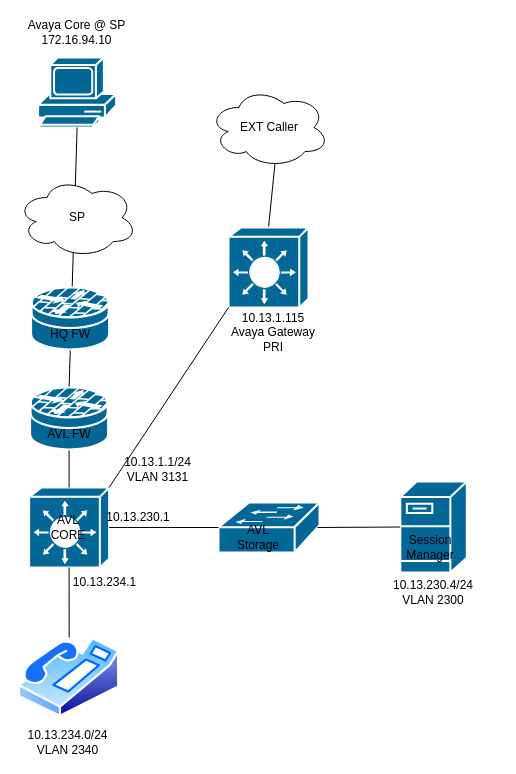
Earlier version of the draw.io diagram AVL_Phone_Infra.drawio (adamrt918/Diagram). Source tidied: cells renumbered, new cells numbered last; positions are measured from the earlier drawing's top-left corner, leaving out a move shared by most shapes. Both pictures are drawn from the tidied source at 100%, with x=0, y=0 at pixel (17, 17).
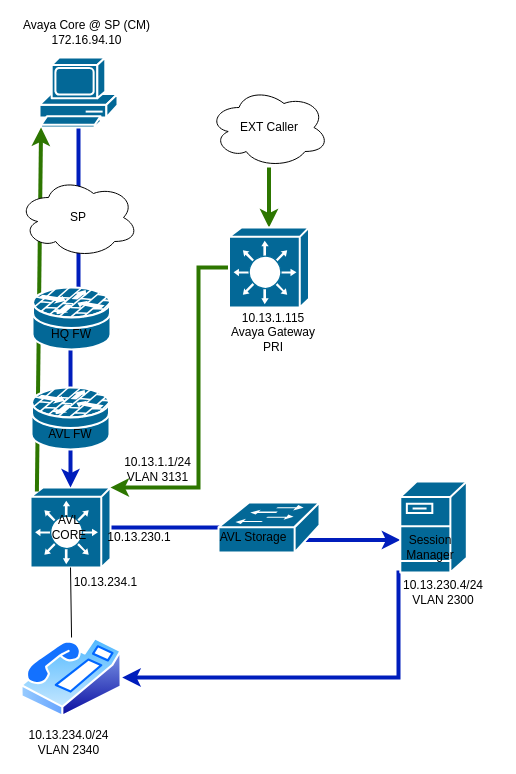
After the change.

Unchanged cells that the change refers to:
```xml
<mxCell id="3" value="EXT Caller" style="ellipse;shape=cloud;whiteSpace=wrap;html=1;" parent="1" vertex="1">
  <mxGeometry x="191.5" y="70" width="120" height="80" as="geometry" />
</mxCell>
<mxCell id="9" style="shape=mxgraph.cisco.switches.workgroup_switch;sketch=0;html=1;dashed=0;fillColor=#036897;strokeColor=#ffffff;strokeWidth=2;verticalLabelPosition=bottom;verticalAlign=top;align=center;outlineConnect=0;" parent="1" vertex="1">
  <mxGeometry x="201" y="485" width="101" height="50" as="geometry" />
</mxCell>
<mxCell id="12" style="shape=mxgraph.cisco.servers.fileserver;sketch=0;html=1;dashed=0;fillColor=#036897;strokeColor=#ffffff;strokeWidth=2;verticalLabelPosition=bottom;verticalAlign=top;align=center;outlineConnect=0;" parent="1" vertex="1">
  <mxGeometry x="382.8" y="464" width="66.5" height="91" as="geometry" />
</mxCell>
<mxCell id="17" value="Session Manager" style="text;html=1;align=center;verticalAlign=middle;whiteSpace=wrap;rounded=0;" parent="1" vertex="1">
  <mxGeometry x="382.8" y="515" width="60" height="30" as="geometry" />
</mxCell>
<mxCell id="27" style="shape=mxgraph.cisco.security.router_firewall;sketch=0;html=1;dashed=0;fillColor=#036897;strokeColor=#ffffff;strokeWidth=2;verticalLabelPosition=bottom;verticalAlign=top;align=center;outlineConnect=0;" parent="26" vertex="1">
  <mxGeometry width="78" height="62" as="geometry" />
</mxCell>
```

What changed in the source:
```diff
@@
+    <mxCell id="33" style="edgeStyle=orthogonalEdgeStyle;rounded=0;jettySize=auto;html=1;entryX=1;entryY=0.5;entryDx=0;entryDy=0;exitX=0;exitY=1;exitDx=0;exitDy=0;exitPerimeter=0;strokeWidth=4;fillColor=#0050ef;strokeColor=#001DBC;" parent="1" edge="1" source="12" target="2">
+      <mxGeometry relative="1" as="geometry">
+        <Array as="points">
+          <mxPoint x="381" y="555" />
+          <mxPoint x="381" y="660" />
+        </Array>
+      </mxGeometry>
+    </mxCell>
     <mxCell id="2" style="image;perimeter=ellipsePerimeter;html=1;align=center;shadow=0;dashed=0;spacingTop=3;image=img/lib/active_directory/phone.svg;" parent="1" vertex="1">
-      <mxGeometry x="1" y="620" width="101.3" height="80" as="geometry" />
+      <mxGeometry x="3.4" y="620" width="101.3" height="80" as="geometry" />
     </mxCell>
+    <mxCell id="34" style="edgeStyle=orthogonalEdgeStyle;rounded=0;jettySize=auto;html=1;strokeWidth=4;fillColor=#60a917;strokeColor=#2D7600;" parent="1" edge="1" source="3" target="19">
+      <mxGeometry relative="1" as="geometry" />
+    </mxCell>
@@
     <mxCell id="4" value="10.13.234.0/24&lt;br&gt;VLAN 2340" style="text;html=1;align=center;verticalAlign=middle;whiteSpace=wrap;rounded=0;" parent="1" vertex="1">
-      <mxGeometry x="1" y="710" width="99.4" height="30" as="geometry" />
+      <mxGeometry x="2.4" y="710" width="99.4" height="30" as="geometry" />
     </mxCell>
+    <mxCell id="35" style="edgeStyle=orthogonalEdgeStyle;rounded=0;jettySize=auto;html=1;strokeWidth=4;fillColor=#0050ef;strokeColor=#001DBC;entryX=0;entryY=0.25;entryDx=0;entryDy=0;" parent="1" edge="1" source="5" target="17">
+      <mxGeometry relative="1" as="geometry" />
+    </mxCell>
     <mxCell id="5" style="shape=mxgraph.cisco.switches.layer_3_switch;sketch=0;html=1;dashed=0;fillColor=#036897;strokeColor=#ffffff;strokeWidth=2;verticalLabelPosition=bottom;verticalAlign=top;align=center;outlineConnect=0;" parent="1" vertex="1">
-      <mxGeometry x="11.6" y="470" width="80" height="80" as="geometry" />
+      <mxGeometry x="13" y="470" width="80" height="80" as="geometry" />
     </mxCell>
@@
     <mxCell id="7" value="10.13.234.1" style="text;html=1;align=center;verticalAlign=middle;whiteSpace=wrap;rounded=0;" parent="1" vertex="1">
-      <mxGeometry x="32.9" y="550" width="108.7" height="30" as="geometry" />
+      <mxGeometry x="34.3" y="550" width="108.7" height="30" as="geometry" />
     </mxCell>
-    <mxCell id="8" style="endArrow=none;html=1;rounded=0;exitX=0.5;exitY=0;exitDx=0;exitDy=0;exitPerimeter=0;entryX=0.5;entryY=1;entryDx=0;entryDy=0;entryPerimeter=0;" parent="1" edge="1" source="5" target="27">
-      <mxGeometry relative="1" as="geometry" />
-    </mxCell>
@@
-    <mxCell id="10" style="endArrow=none;html=1;rounded=0;exitX=1;exitY=0.5;exitDx=0;exitDy=0;exitPerimeter=0;entryX=0;entryY=0.5;entryDx=0;entryDy=0;entryPerimeter=0;" parent="1" edge="1" source="5" target="9">
-      <mxGeometry relative="1" as="geometry" />
-    </mxCell>
     <mxCell id="11" value="10.13.230.4/24&lt;br&gt;VLAN 2300" style="text;html=1;align=center;verticalAlign=middle;whiteSpace=wrap;rounded=0;" parent="1" vertex="1">
-      <mxGeometry x="361" y="560" width="110" height="30" as="geometry" />
+      <mxGeometry x="371" y="560" width="110" height="30" as="geometry" />
     </mxCell>
@@
     <mxCell id="13" value="AVL CORE" style="text;html=1;align=center;verticalAlign=middle;whiteSpace=wrap;rounded=0;" parent="1" vertex="1">
-      <mxGeometry x="20.6" y="495" width="60" height="30" as="geometry" />
+      <mxGeometry x="22" y="495" width="60" height="30" as="geometry" />
     </mxCell>
     <mxCell id="14" value="AVL Storage" style="text;html=1;align=center;verticalAlign=middle;whiteSpace=wrap;rounded=0;" parent="1" vertex="1">
-      <mxGeometry x="211" y="505" width="60" height="30" as="geometry" />
+      <mxGeometry x="201" y="505" width="70" height="30" as="geometry" />
     </mxCell>
-    <mxCell id="15" style="endArrow=none;html=1;rounded=0;exitX=0.98;exitY=0.5;exitDx=0;exitDy=0;exitPerimeter=0;entryX=0;entryY=0.5;entryDx=0;entryDy=0;entryPerimeter=0;" parent="1" edge="1" source="9" target="12">
-      <mxGeometry relative="1" as="geometry" />
-    </mxCell>
     <mxCell id="16" value="10.13.230.1" style="text;html=1;align=center;verticalAlign=middle;whiteSpace=wrap;rounded=0;" parent="1" vertex="1">
-      <mxGeometry x="80.6" y="485" width="80" height="30" as="geometry" />
+      <mxGeometry x="82" y="505" width="80" height="30" as="geometry" />
     </mxCell>
@@
-    <mxCell id="18" style="endArrow=none;html=1;rounded=0;entryX=0.55;entryY=0.95;entryDx=0;entryDy=0;entryPerimeter=0;" parent="1" edge="1" target="3">
-      <mxGeometry relative="1" as="geometry">
-        <mxPoint x="251" y="210" as="sourcePoint" />
-      </mxGeometry>
-    </mxCell>
+    <mxCell id="36" style="edgeStyle=orthogonalEdgeStyle;rounded=0;jettySize=auto;html=1;entryX=1;entryY=0;entryDx=0;entryDy=0;entryPerimeter=0;strokeWidth=4;fillColor=#60a917;strokeColor=#2D7600;" parent="1" edge="1" source="19" target="5">
+      <mxGeometry relative="1" as="geometry">
+        <Array as="points">
+          <mxPoint x="181" y="250" />
+          <mxPoint x="181" y="470" />
+        </Array>
+      </mxGeometry>
+    </mxCell>
     <mxCell id="19" style="shape=mxgraph.cisco.switches.layer_3_switch;sketch=0;html=1;dashed=0;fillColor=#036897;strokeColor=#ffffff;strokeWidth=2;verticalLabelPosition=bottom;verticalAlign=top;align=center;outlineConnect=0;" parent="1" vertex="1">
-      <mxGeometry x="211" y="210" width="80" height="80" as="geometry" />
+      <mxGeometry x="211.5" y="210" width="80" height="80" as="geometry" />
     </mxCell>
@@
-    <mxCell id="21" style="endArrow=none;html=1;rounded=0;entryX=0;entryY=1;entryDx=0;entryDy=0;entryPerimeter=0;exitX=1;exitY=0;exitDx=0;exitDy=0;exitPerimeter=0;" parent="1" edge="1" source="5" target="19">
-      <mxGeometry relative="1" as="geometry" />
-    </mxCell>
@@
+    <mxCell id="37" style="edgeStyle=orthogonalEdgeStyle;rounded=0;jettySize=auto;html=1;entryX=0.5;entryY=0;entryDx=0;entryDy=0;entryPerimeter=0;strokeWidth=4;fillColor=#0050ef;strokeColor=#001DBC;" parent="1" edge="1" source="23" target="5">
+      <mxGeometry relative="1" as="geometry" />
+    </mxCell>
     <mxCell id="23" style="shape=mxgraph.cisco.computers_and_peripherals.pc;html=1;dashed=0;fillColor=#036897;strokeColor=#ffffff;strokeWidth=2;verticalLabelPosition=bottom;verticalAlign=top;align=center;outlineConnect=0;" parent="1" vertex="1">
-      <mxGeometry x="20.6" y="40" width="78" height="70" as="geometry" />
+      <mxGeometry x="22" y="40" width="78" height="70" as="geometry" />
     </mxCell>
-    <mxCell id="24" value="Avaya Core @ SP&lt;br&gt;172.16.94.10" style="text;html=1;align=center;verticalAlign=middle;whiteSpace=wrap;rounded=0;" parent="1" vertex="1">
-      <mxGeometry x="8.9" width="101.4" height="30" as="geometry" />
+    <mxCell id="24" value="Avaya Core @ SP (CM)&lt;br&gt;172.16.94.10" style="text;html=1;align=center;verticalAlign=middle;whiteSpace=wrap;rounded=0;" parent="1" vertex="1">
+      <mxGeometry x="3.4" width="133.1" height="30" as="geometry" />
     </mxCell>
-    <mxCell id="25" style="endArrow=none;html=1;rounded=0;entryX=0.5;entryY=1;entryDx=0;entryDy=0;entryPerimeter=0;exitX=0.5;exitY=0;exitDx=0;exitDy=0;exitPerimeter=0;" parent="1" edge="1" source="27" target="23">
+    <mxCell id="25" style="endArrow=none;html=1;rounded=0;strokeWidth=4;fillColor=#60a917;strokeColor=#2D7600;startArrow=classic;startFill=1;exitX=0.02;exitY=1;exitDx=0;exitDy=0;exitPerimeter=0;entryX=0.08;entryY=0.05;entryDx=0;entryDy=0;entryPerimeter=0;" parent="1" edge="1" source="23" target="5">
       <mxGeometry relative="1" as="geometry" />
     </mxCell>
     <mxCell id="26" style="group;" parent="1" vertex="1">
-      <mxGeometry x="12.6" y="370" width="78" height="62" as="geometry" />
+      <mxGeometry x="14" y="370" width="78" height="62" as="geometry" />
     </mxCell>
@@
     <mxCell id="29" style="group;" parent="1" vertex="1">
-      <mxGeometry x="13.6" y="270" width="78" height="62" as="geometry" />
+      <mxGeometry x="15" y="270" width="78" height="62" as="geometry" />
     </mxCell>
@@
     <mxCell id="32" value="SP" style="ellipse;shape=cloud;whiteSpace=wrap;html=1;" parent="1" vertex="1">
-      <mxGeometry x="-0.4" y="160" width="120" height="80" as="geometry" />
+      <mxGeometry x="1" y="160" width="120" height="80" as="geometry" />
     </mxCell>
```
